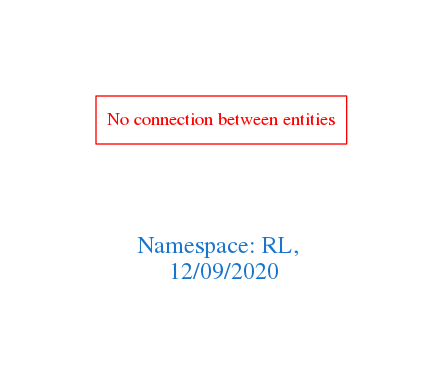
Earlier version of the Graphviz export downloads/RL.png (arago/OGIT). Its source is kept beside it as downloads/RL.dot.
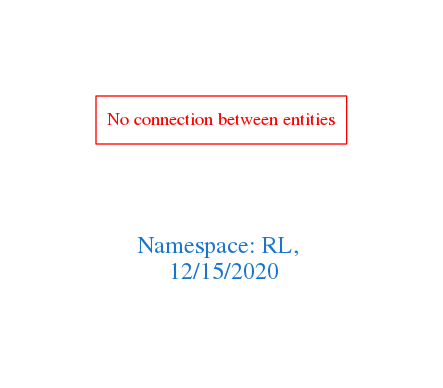
After the change.

What changed in the source:
```diff
@@ -1,7 +1,7 @@
 digraph OGIT_ontology {
  graph [ rankdir= LR,pad=1
 fontsize = 18,
-fontcolor= dodgerblue3,label = "\n\n\nNamespace: RL, \n 12/09/2020"];
+fontcolor= dodgerblue3,label = "\n\n\nNamespace: RL, \n 12/15/2020"];
 node[shape=polygon];
 edge [  color="gray81"];
 
```
